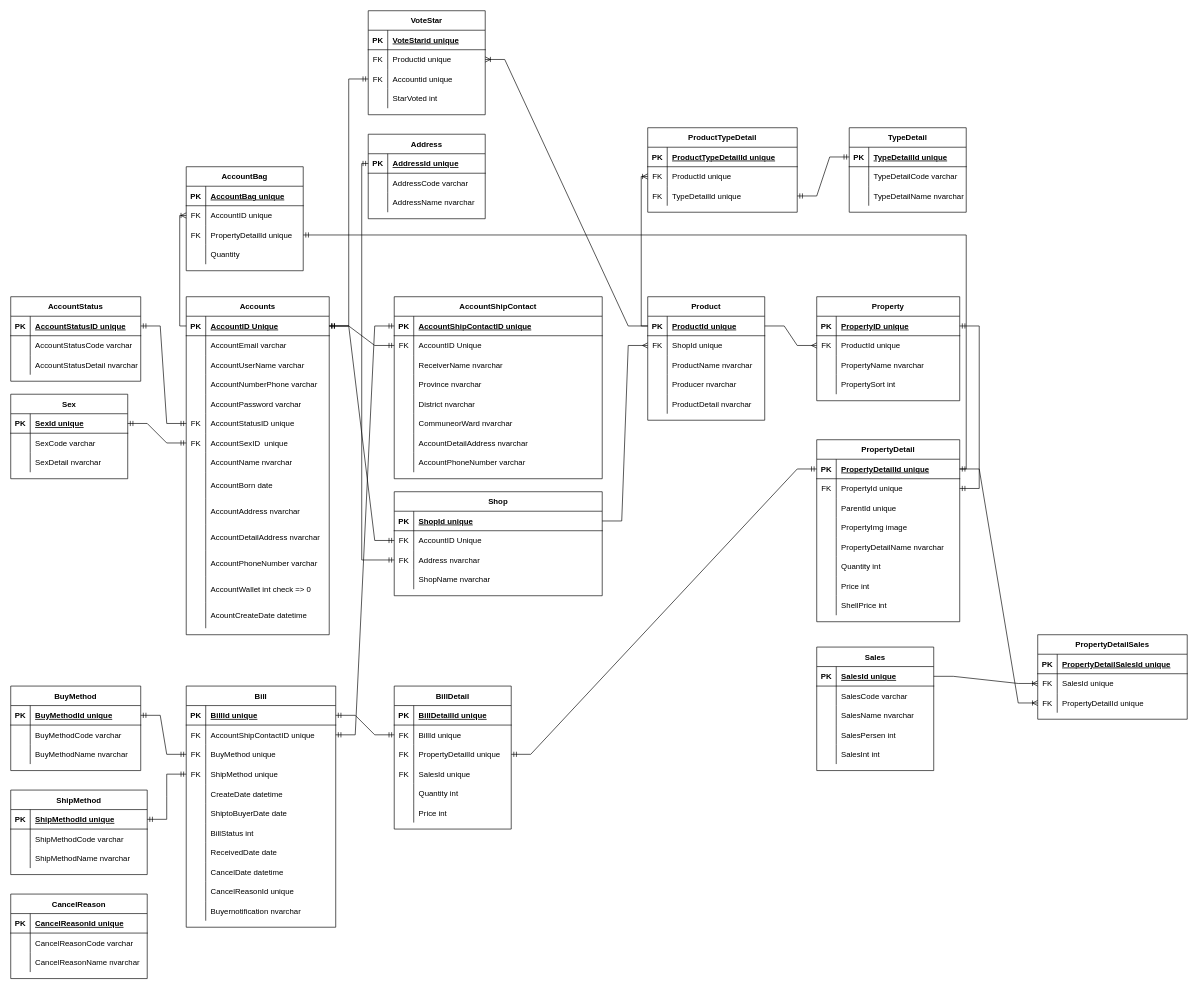
Before: relationship-database-diagram.drawio in dj-xuyenchi/ShoppeeCover-desktop-web-java, a draw.io diagram. Source tidied: cells renumbered, new cells numbered last; positions are measured from the earlier drawing's top-left corner, leaving out a move shared by most shapes. Both pictures are drawn from the tidied source at 65%, with x=0, y=0 at pixel (10, 10).
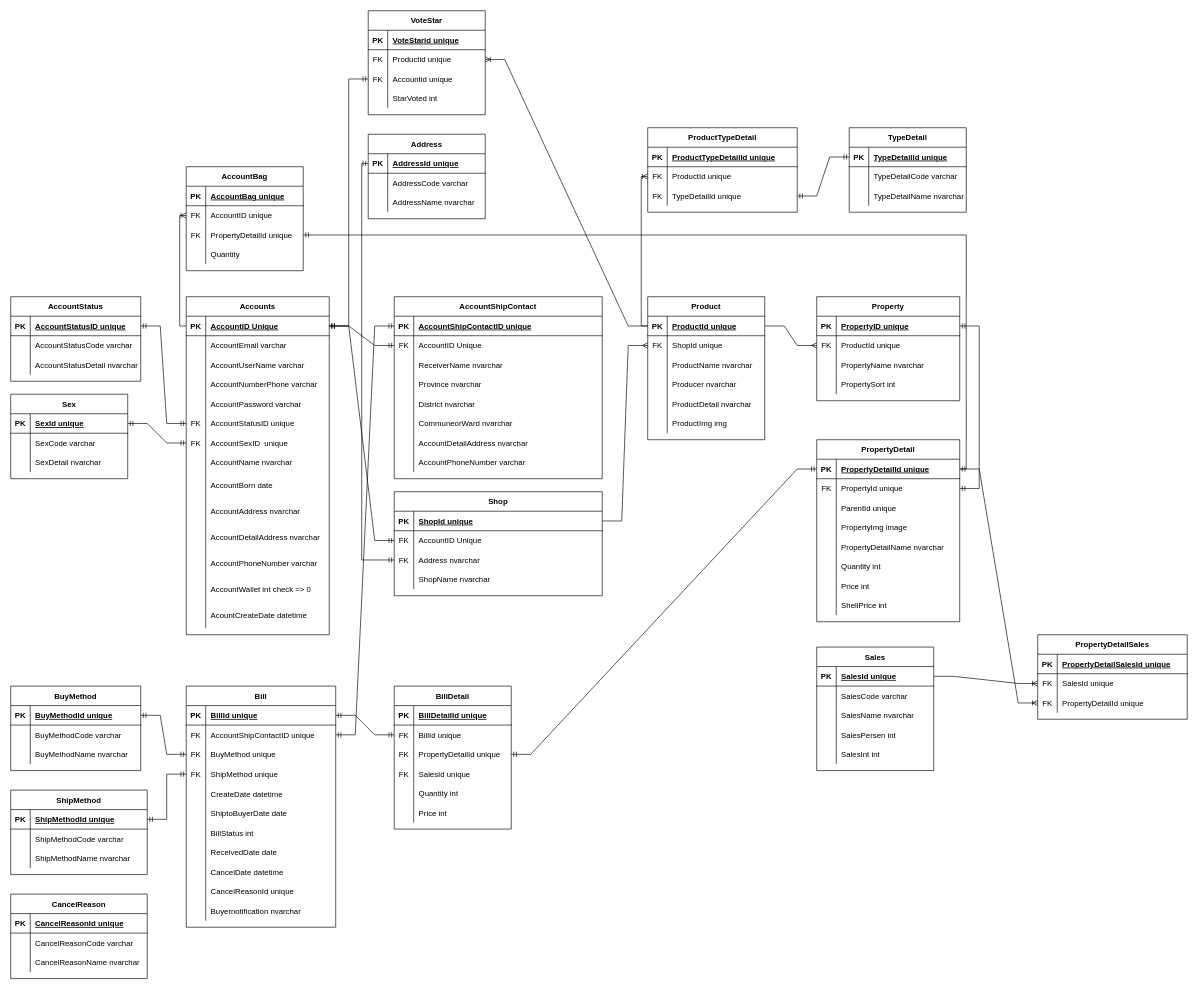
Above is the later version.

Change to the diagram source:
```diff
@@
     <mxCell id="107" value="Product" style="shape=table;startSize=30;childLayout=tableLayout;rowLines=0;fontStyle=1;align=center;" parent="1" vertex="1">
-      <mxGeometry x="980" y="440" width="180" height="190" as="geometry" />
+      <mxGeometry x="980" y="440" width="180" height="220" as="geometry" />
     </mxCell>
@@
+    <mxCell id="343" style="shape=tableRow;horizontal=0;startSize=0;swimlaneHead=0;swimlaneBody=0;fillColor=none;top=0;left=0;right=0;bottom=0;" parent="107" vertex="1">
+      <mxGeometry y="180" width="180" height="30" as="geometry" />
+    </mxCell>
+    <mxCell id="344" style="shape=partialRectangle;fillColor=none;top=0;left=0;bottom=0;right=0;overflow=hidden;" parent="343" vertex="1">
+      <mxGeometry width="30" height="30" as="geometry" />
+    </mxCell>
+    <mxCell id="345" value="ProductImg img" style="shape=partialRectangle;fillColor=none;top=0;left=0;bottom=0;right=0;align=left;spacingLeft=6;overflow=hidden;" parent="343" vertex="1">
+      <mxGeometry x="30" width="150" height="30" as="geometry" />
+    </mxCell>
```
